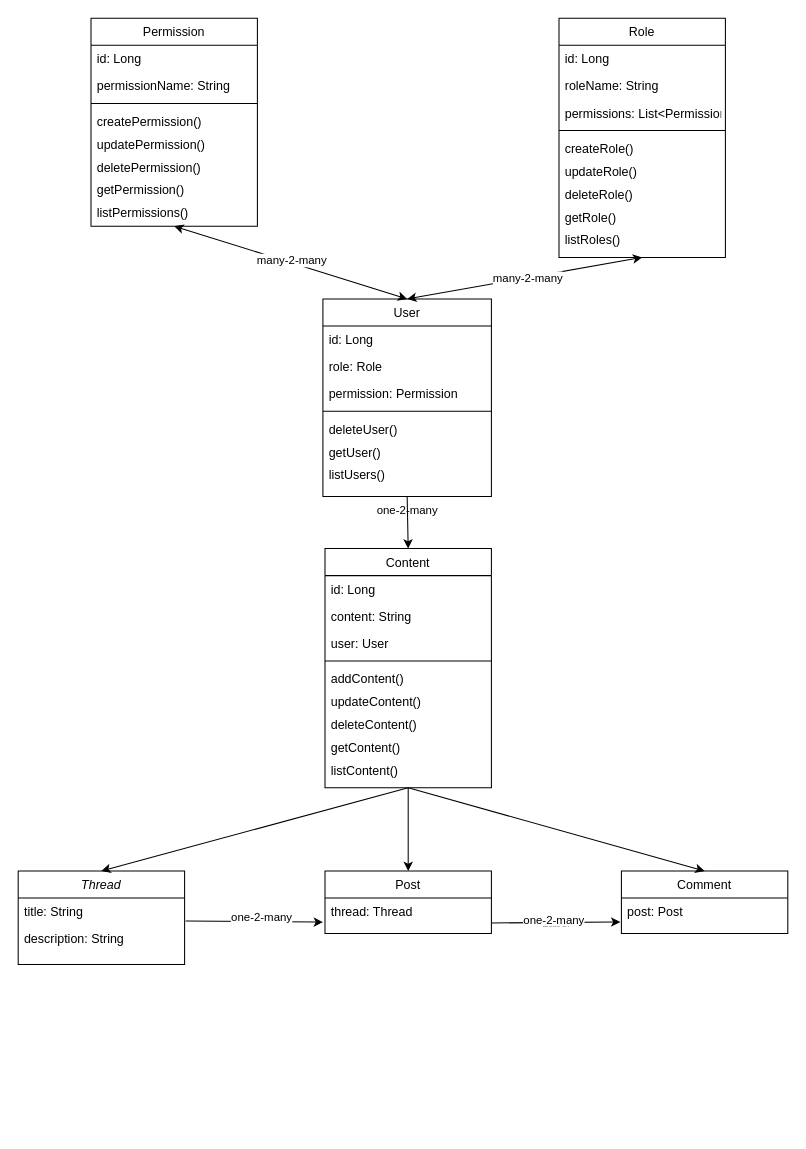
Earlier version of the draw.io diagram Forum_API.drawio (DJH23/Forum-API). Source tidied: cells renumbered, new cells numbered last; positions are measured from the earlier drawing's top-left corner, leaving out a move shared by most shapes. Both pictures are drawn from the tidied source at 104%, with x=0, y=0 at pixel (18, 18).
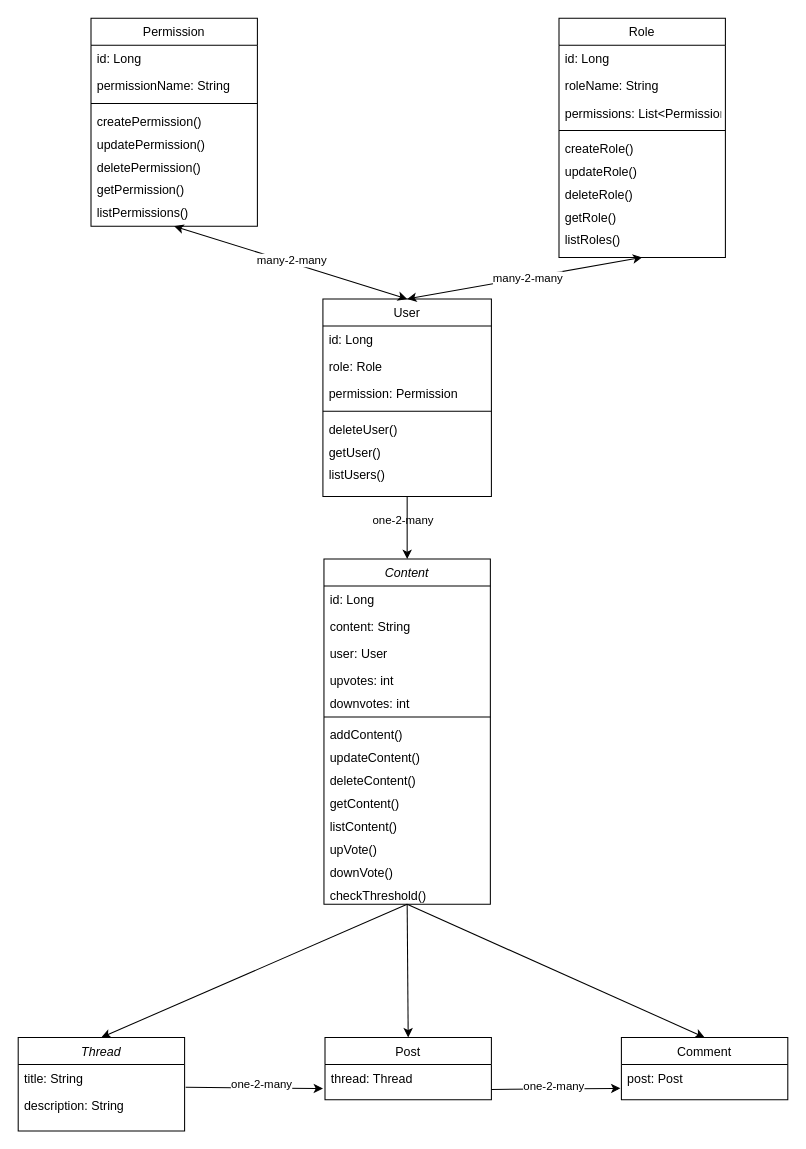
The same page after the edit.

The change refers to these unchanged cells:
```xml
<mxCell id="6" value="post: Post" style="text;align=left;verticalAlign=top;spacingLeft=4;spacingRight=4;overflow=hidden;points=[[0,0.5],[1,0.5]];portConstraint=eastwest;rounded=0;shadow=0;html=0;" parent="5" vertex="1">
  <mxGeometry y="26" width="160" height="26" as="geometry" />
</mxCell>
<mxCell id="16" value="thread: Thread" style="text;align=left;verticalAlign=top;spacingLeft=4;spacingRight=4;overflow=hidden;points=[[0,0.5],[1,0.5]];portConstraint=eastwest;rounded=0;shadow=0;html=0;" parent="15" vertex="1">
  <mxGeometry y="26" width="160" height="26" as="geometry" />
</mxCell>
```

Change to the diagram source:
```diff
@@
     <mxCell id="2" value="Thread" style="swimlane;fontStyle=2;align=center;verticalAlign=top;horizontal=1;startSize=26;rounded=0;shadow=0;strokeWidth=1;" parent="1" vertex="1">
-      <mxGeometry y="820" width="160" height="90" as="geometry" />
+      <mxGeometry y="980" width="160" height="90" as="geometry" />
     </mxCell>
@@
     <mxCell id="5" value="Comment" style="swimlane;fontStyle=0;align=center;verticalAlign=top;horizontal=1;startSize=26;rounded=0;shadow=0;strokeWidth=1;" parent="1" vertex="1">
-      <mxGeometry x="580" y="820" width="160" height="60" as="geometry" />
+      <mxGeometry x="580" y="980" width="160" height="60" as="geometry" />
     </mxCell>
@@
     <mxCell id="15" value="Post" style="swimlane;fontStyle=0;align=center;verticalAlign=top;horizontal=1;startSize=26;rounded=0;shadow=0;strokeWidth=1;" parent="1" vertex="1">
-      <mxGeometry x="295" y="820" width="160" height="60" as="geometry" />
+      <mxGeometry x="295" y="980" width="160" height="60" as="geometry" />
     </mxCell>
@@
     <mxCell id="39" style="endArrow=classic;html=1;rounded=0;entryX=-0.012;entryY=0.892;entryDx=0;entryDy=0;entryPerimeter=0;exitX=1.006;exitY=0.846;exitDx=0;exitDy=0;exitPerimeter=0;" parent="1" edge="1" target="16">
       <mxGeometry relative="1" as="geometry">
-        <mxPoint x="161" y="868" as="sourcePoint" />
+        <mxPoint x="161" y="1028" as="sourcePoint" />
       </mxGeometry>
     </mxCell>
@@
     <mxCell id="41" value="one-2-many&lt;div&gt;&lt;br&gt;&lt;/div&gt;" style="edgeLabel;html=1;align=center;verticalAlign=middle;" parent="39" vertex="1">
       <mxGeometry x="0.1" y="-3" relative="1" as="geometry">
-        <mxPoint x="140" y="-392" as="offset" />
+        <mxPoint x="136" y="-542" as="offset" />
       </mxGeometry>
     </mxCell>
     <mxCell id="42" style="endArrow=classic;html=1;rounded=0;entryX=-0.006;entryY=0.885;entryDx=0;entryDy=0;entryPerimeter=0;" parent="1" edge="1" target="6">
       <mxGeometry relative="1" as="geometry">
-        <mxPoint x="455" y="870" as="sourcePoint" />
+        <mxPoint x="455" y="1030" as="sourcePoint" />
       </mxGeometry>
     </mxCell>
@@
-    <mxCell id="49" value="Content" style="swimlane;fontStyle=0;align=center;verticalAlign=top;horizontal=1;startSize=26;rounded=0;shadow=0;strokeWidth=1;" parent="1" vertex="1">
-      <mxGeometry x="295" y="510" width="160" height="230" as="geometry" />
+    <mxCell id="49" value="Content" style="swimlane;fontStyle=2;align=center;verticalAlign=top;horizontal=1;startSize=26;rounded=0;shadow=0;strokeWidth=1;" parent="1" vertex="1">
+      <mxGeometry x="294" y="520" width="160" height="332" as="geometry" />
     </mxCell>
@@
+    <mxCell id="60" value="upvotes: int" style="text;align=left;verticalAlign=top;spacingLeft=4;spacingRight=4;overflow=hidden;rounded=0;shadow=0;html=0;" parent="49" vertex="1">
+      <mxGeometry y="104" width="160" height="22" as="geometry" />
+    </mxCell>
+    <mxCell id="61" value="downvotes: int" style="text;align=left;verticalAlign=top;spacingLeft=4;spacingRight=4;overflow=hidden;rounded=0;shadow=0;html=0;" parent="49" vertex="1">
+      <mxGeometry y="126" width="160" height="22" as="geometry" />
+    </mxCell>
     <mxCell id="53" style="line;html=1;strokeWidth=1;align=left;verticalAlign=middle;spacingTop=-1;spacingLeft=3;spacingRight=3;labelPosition=right;" parent="49" vertex="1">
-      <mxGeometry y="104" width="160" height="8" as="geometry" />
+      <mxGeometry y="148" width="160" height="8" as="geometry" />
     </mxCell>
     <mxCell id="54" value="addContent()" style="text;align=left;verticalAlign=top;spacingLeft=4;spacingRight=4;overflow=hidden;rounded=0;shadow=0;html=0;" parent="49" vertex="1">
-      <mxGeometry y="112" width="160" height="22" as="geometry" />
+      <mxGeometry y="156" width="160" height="22" as="geometry" />
     </mxCell>
     <mxCell id="55" value="updateContent()" style="text;align=left;verticalAlign=top;spacingLeft=4;spacingRight=4;overflow=hidden;rounded=0;shadow=0;html=0;" parent="49" vertex="1">
-      <mxGeometry y="134" width="160" height="22" as="geometry" />
+      <mxGeometry y="178" width="160" height="22" as="geometry" />
     </mxCell>
     <mxCell id="56" value="deleteContent()" style="text;align=left;verticalAlign=top;spacingLeft=4;spacingRight=4;overflow=hidden;rounded=0;shadow=0;html=0;" parent="49" vertex="1">
-      <mxGeometry y="156" width="160" height="22" as="geometry" />
+      <mxGeometry y="200" width="160" height="22" as="geometry" />
     </mxCell>
     <mxCell id="57" value="getContent()" style="text;align=left;verticalAlign=top;spacingLeft=4;spacingRight=4;overflow=hidden;rounded=0;shadow=0;html=0;" parent="49" vertex="1">
-      <mxGeometry y="178" width="160" height="22" as="geometry" />
+      <mxGeometry y="222" width="160" height="22" as="geometry" />
     </mxCell>
     <mxCell id="58" value="listContent()" style="text;align=left;verticalAlign=top;spacingLeft=4;spacingRight=4;overflow=hidden;rounded=0;shadow=0;html=0;" parent="49" vertex="1">
-      <mxGeometry y="200" width="160" height="22" as="geometry" />
+      <mxGeometry y="244" width="160" height="22" as="geometry" />
     </mxCell>
+    <mxCell id="62" value="upVote()" style="text;align=left;verticalAlign=top;spacingLeft=4;spacingRight=4;overflow=hidden;rounded=0;shadow=0;html=0;" parent="49" vertex="1">
+      <mxGeometry y="266" width="160" height="22" as="geometry" />
+    </mxCell>
+    <mxCell id="63" value="downVote()" style="text;align=left;verticalAlign=top;spacingLeft=4;spacingRight=4;overflow=hidden;rounded=0;shadow=0;html=0;" parent="49" vertex="1">
+      <mxGeometry y="288" width="160" height="22" as="geometry" />
+    </mxCell>
+    <mxCell id="64" value="checkThreshold()" style="text;align=left;verticalAlign=top;spacingLeft=4;spacingRight=4;overflow=hidden;rounded=0;shadow=0;html=0;" parent="49" vertex="1">
+      <mxGeometry y="310" width="160" height="22" as="geometry" />
+    </mxCell>
```
